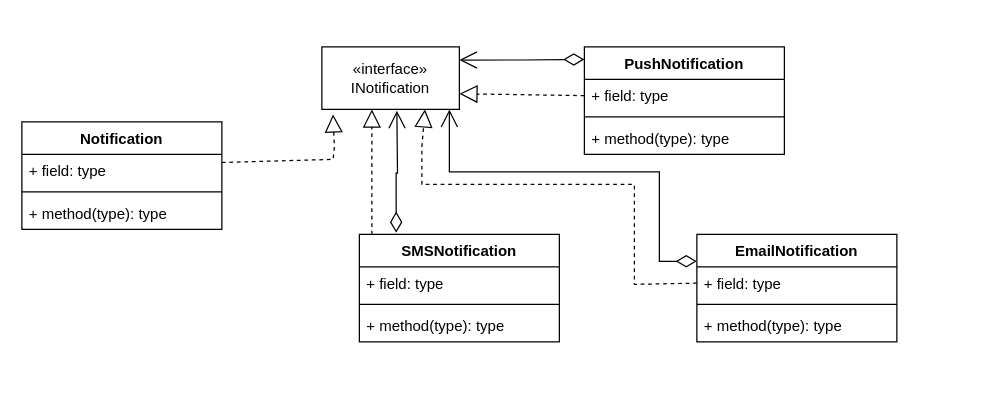
Above: Decorator.drawio in Khim070/OOAD-15-patterns (draw.io), before the change. Source tidied: cells renumbered, new cells numbered last; positions are measured from the earlier drawing's top-left corner, leaving out a move shared by most shapes. Both pictures are drawn from the tidied source at 125%, with x=0, y=0 at pixel (21, 46).
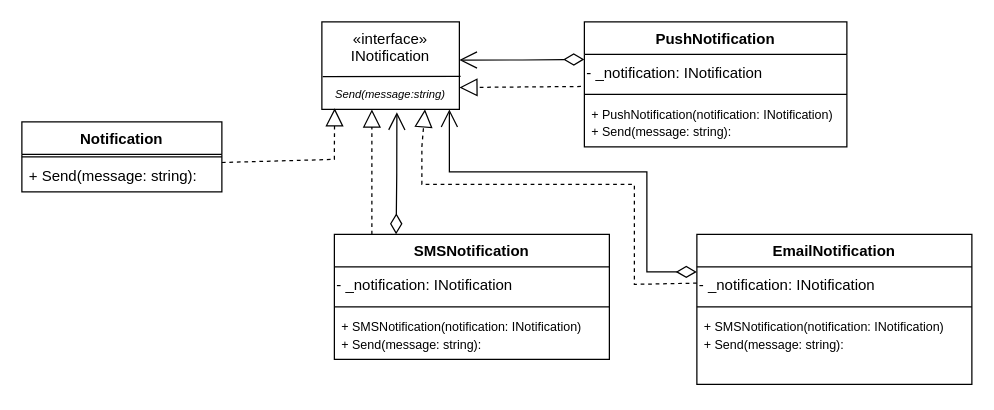
After the change.

Change to the diagram source:
```diff
@@
     <mxCell id="2" value="Notification" style="swimlane;fontStyle=1;align=center;verticalAlign=top;horizontal=1;startSize=26;whiteSpace=wrap;html=1;" parent="1" vertex="1">
-      <mxGeometry y="60" width="160" height="86" as="geometry" />
+      <mxGeometry y="60" width="160" height="56" as="geometry" />
     </mxCell>
-    <mxCell id="3" value="+ field: type" style="text;strokeColor=none;fillColor=none;align=left;verticalAlign=top;spacingLeft=4;spacingRight=4;overflow=hidden;whiteSpace=wrap;html=1;" parent="2" vertex="1">
-      <mxGeometry y="26" width="160" height="26" as="geometry" />
-    </mxCell>
     <mxCell id="4" style="line;strokeWidth=1;fillColor=none;align=left;verticalAlign=middle;spacingTop=-1;spacingLeft=3;spacingRight=3;labelPosition=right;strokeColor=inherit;" parent="2" vertex="1">
-      <mxGeometry y="52" width="160" height="8" as="geometry" />
+      <mxGeometry y="26" width="160" height="4" as="geometry" />
     </mxCell>
-    <mxCell id="5" value="+ method(type): type" style="text;strokeColor=none;fillColor=none;align=left;verticalAlign=top;spacingLeft=4;spacingRight=4;overflow=hidden;whiteSpace=wrap;html=1;" parent="2" vertex="1">
-      <mxGeometry y="60" width="160" height="26" as="geometry" />
+    <mxCell id="5" value="+ Send(message: string):" style="text;strokeColor=none;fillColor=none;align=left;verticalAlign=top;spacingLeft=4;spacingRight=4;overflow=hidden;whiteSpace=wrap;html=1;" parent="2" vertex="1">
+      <mxGeometry y="30" width="160" height="26" as="geometry" />
     </mxCell>
-    <mxCell id="6" value="&lt;div&gt;«interface»&lt;/div&gt;INotification" style="html=1;whiteSpace=wrap;" parent="1" vertex="1">
-      <mxGeometry x="240" width="110" height="50" as="geometry" />
+    <mxCell id="6" value="&lt;div&gt;«interface»&lt;/div&gt;&lt;div&gt;INotification&lt;/div&gt;&lt;div&gt;&lt;br&gt;&lt;/div&gt;&lt;i&gt;&lt;font style=&quot;font-size: 9px;&quot;&gt;Send(message:string)&lt;/font&gt;&lt;/i&gt;" style="html=1;whiteSpace=wrap;" parent="1" vertex="1">
+      <mxGeometry x="240" y="-20" width="110" height="70" as="geometry" />
     </mxCell>
     <mxCell id="7" value="EmailNotification" style="swimlane;fontStyle=1;align=center;verticalAlign=top;horizontal=1;startSize=26;whiteSpace=wrap;html=1;" parent="1" vertex="1">
-      <mxGeometry x="540" y="150" width="160" height="86" as="geometry" />
+      <mxGeometry x="540" y="150" width="220" height="120" as="geometry" />
     </mxCell>
-    <mxCell id="8" value="+ field: type" style="text;strokeColor=none;fillColor=none;align=left;verticalAlign=top;spacingLeft=4;spacingRight=4;overflow=hidden;points=[[0,0.5],[1,0.5]];portConstraint=eastwest;whiteSpace=wrap;html=1;" parent="7" vertex="1">
-      <mxGeometry y="26" width="160" height="26" as="geometry" />
-    </mxCell>
+    <mxCell id="26" value="&lt;div align=&quot;left&quot;&gt;- _notification: INotification&lt;/div&gt;" style="text;html=1;align=left;verticalAlign=middle;strokeColor=none;fillColor=none;" parent="7" vertex="1">
+      <mxGeometry y="26" width="220" height="30" as="geometry" />
+    </mxCell>
     <mxCell id="9" style="line;strokeWidth=1;fillColor=none;align=left;verticalAlign=middle;spacingTop=-1;spacingLeft=3;spacingRight=3;labelPosition=right;strokeColor=inherit;" parent="7" vertex="1">
-      <mxGeometry y="52" width="160" height="8" as="geometry" />
+      <mxGeometry y="56" width="220" height="4" as="geometry" />
     </mxCell>
-    <mxCell id="10" value="+ method(type): type" style="text;strokeColor=none;fillColor=none;align=left;verticalAlign=top;spacingLeft=4;spacingRight=4;overflow=hidden;whiteSpace=wrap;html=1;" parent="7" vertex="1">
-      <mxGeometry y="60" width="160" height="26" as="geometry" />
+    <mxCell id="10" value="&lt;font style=&quot;font-size: 10px;&quot;&gt;+ SMSNotification(notification: INotification)&lt;br&gt;&lt;/font&gt;&lt;div&gt;&lt;font style=&quot;font-size: 10px;&quot;&gt;+ Send(message: string):&lt;/font&gt;&lt;/div&gt;" style="text;strokeColor=none;fillColor=none;align=left;verticalAlign=top;spacingLeft=4;spacingRight=4;overflow=hidden;whiteSpace=wrap;html=1;" parent="7" vertex="1">
+      <mxGeometry y="60" width="220" height="60" as="geometry" />
     </mxCell>
     <mxCell id="11" value="PushNotification" style="swimlane;fontStyle=1;align=center;verticalAlign=top;horizontal=1;startSize=26;whiteSpace=wrap;html=1;" parent="1" vertex="1">
-      <mxGeometry x="450" width="160" height="86" as="geometry" />
+      <mxGeometry x="450" y="-20" width="210" height="100" as="geometry" />
     </mxCell>
-    <mxCell id="12" value="+ field: type" style="text;strokeColor=none;fillColor=none;align=left;verticalAlign=top;spacingLeft=4;spacingRight=4;overflow=hidden;points=[[0,0.5],[1,0.5]];portConstraint=eastwest;whiteSpace=wrap;html=1;" parent="11" vertex="1">
-      <mxGeometry y="26" width="160" height="26" as="geometry" />
-    </mxCell>
+    <mxCell id="27" value="&lt;div align=&quot;left&quot;&gt;- _notification: INotification&lt;/div&gt;" style="text;html=1;align=left;verticalAlign=middle;points=[];strokeColor=none;fillColor=none;" parent="11" vertex="1">
+      <mxGeometry y="26" width="210" height="30" as="geometry" />
+    </mxCell>
     <mxCell id="13" style="line;strokeWidth=1;fillColor=none;align=left;verticalAlign=middle;spacingTop=-1;spacingLeft=3;spacingRight=3;labelPosition=right;strokeColor=inherit;" parent="11" vertex="1">
-      <mxGeometry y="52" width="160" height="8" as="geometry" />
+      <mxGeometry y="56" width="210" height="4" as="geometry" />
     </mxCell>
-    <mxCell id="14" value="+ method(type): type" style="text;strokeColor=none;fillColor=none;align=left;verticalAlign=top;spacingLeft=4;spacingRight=4;overflow=hidden;whiteSpace=wrap;html=1;" parent="11" vertex="1">
-      <mxGeometry y="60" width="160" height="26" as="geometry" />
+    <mxCell id="14" value="&lt;font style=&quot;font-size: 10px;&quot;&gt;+ PushNotification(notification: INotification)&lt;br&gt;&lt;/font&gt;&lt;div&gt;&lt;font style=&quot;font-size: 10px;&quot;&gt;+ Send(message: string):&lt;/font&gt;&lt;/div&gt;" style="text;strokeColor=none;fillColor=none;align=left;verticalAlign=top;spacingLeft=4;spacingRight=4;overflow=hidden;whiteSpace=wrap;html=1;" parent="11" vertex="1">
+      <mxGeometry y="60" width="210" height="40" as="geometry" />
     </mxCell>
     <mxCell id="15" value="SMSNotification" style="swimlane;fontStyle=1;align=center;verticalAlign=top;horizontal=1;startSize=26;whiteSpace=wrap;html=1;" parent="1" vertex="1">
-      <mxGeometry x="270" y="150" width="160" height="86" as="geometry" />
+      <mxGeometry x="250" y="150" width="220" height="100" as="geometry" />
     </mxCell>
-    <mxCell id="16" value="+ field: type" style="text;strokeColor=none;fillColor=none;align=left;verticalAlign=top;spacingLeft=4;spacingRight=4;overflow=hidden;whiteSpace=wrap;html=1;" parent="15" vertex="1">
-      <mxGeometry y="26" width="160" height="26" as="geometry" />
-    </mxCell>
+    <mxCell id="28" value="&lt;div align=&quot;left&quot;&gt;- _notification: INotification&lt;/div&gt;" style="text;html=1;align=left;verticalAlign=middle;strokeColor=none;fillColor=none;" parent="15" vertex="1">
+      <mxGeometry y="26" width="220" height="30" as="geometry" />
+    </mxCell>
     <mxCell id="17" style="line;strokeWidth=1;fillColor=none;align=left;verticalAlign=middle;spacingTop=-1;spacingLeft=3;spacingRight=3;labelPosition=right;strokeColor=inherit;" parent="15" vertex="1">
-      <mxGeometry y="52" width="160" height="8" as="geometry" />
+      <mxGeometry y="56" width="220" height="4" as="geometry" />
     </mxCell>
-    <mxCell id="18" value="+ method(type): type" style="text;strokeColor=none;fillColor=none;align=left;verticalAlign=top;spacingLeft=4;spacingRight=4;overflow=hidden;whiteSpace=wrap;html=1;" parent="15" vertex="1">
-      <mxGeometry y="60" width="160" height="26" as="geometry" />
+    <mxCell id="18" value="&lt;font style=&quot;font-size: 10px;&quot;&gt;+ SMSNotification(notification: INotification)&lt;br&gt;&lt;/font&gt;&lt;div&gt;&lt;font style=&quot;font-size: 10px;&quot;&gt;+ Send(message: string):&lt;/font&gt;&lt;/div&gt;" style="text;strokeColor=none;fillColor=none;align=left;verticalAlign=top;spacingLeft=4;spacingRight=4;overflow=hidden;whiteSpace=wrap;html=1;" parent="15" vertex="1">
+      <mxGeometry y="60" width="220" height="40" as="geometry" />
     </mxCell>
-    <mxCell id="19" style="endArrow=block;dashed=1;endFill=0;endSize=12;html=1;rounded=0;entryX=0.081;entryY=1.08;entryDx=0;entryDy=0;entryPerimeter=0;" parent="1" edge="1" target="6">
+    <mxCell id="19" style="endArrow=block;dashed=1;endFill=0;endSize=12;html=1;rounded=0;entryX=0.093;entryY=0.987;entryDx=0;entryDy=0;entryPerimeter=0;" parent="1" edge="1" target="6">
       <mxGeometry relative="1" as="geometry">
         <mxPoint x="160" y="92.5" as="sourcePoint" />
         <Array as="points">
-          <mxPoint x="249" y="90" />
+          <mxPoint x="250" y="90" />
           <mxPoint x="250" y="80" />
         </Array>
       </mxGeometry>
     </mxCell>
-    <mxCell id="20" style="endArrow=block;dashed=1;endFill=0;endSize=12;html=1;rounded=0;exitX=0;exitY=0.5;exitDx=0;exitDy=0;entryX=1;entryY=0.75;entryDx=0;entryDy=0;" parent="1" edge="1" source="12" target="6">
+    <mxCell id="20" style="endArrow=block;dashed=1;endFill=0;endSize=12;html=1;rounded=0;exitX=-0.013;exitY=0.856;exitDx=0;exitDy=0;entryX=1;entryY=0.75;entryDx=0;entryDy=0;exitPerimeter=0;" parent="1" edge="1" source="27" target="6">
       <mxGeometry relative="1" as="geometry" />
     </mxCell>
@@
-    <mxCell id="23" style="endArrow=open;html=1;endSize=12;startArrow=diamondThin;startSize=14;startFill=0;edgeStyle=orthogonalEdgeStyle;align=left;verticalAlign=bottom;rounded=0;exitX=0.184;exitY=-0.015;exitDx=0;exitDy=0;exitPerimeter=0;" parent="1" edge="1" source="15">
+    <mxCell id="23" style="endArrow=open;html=1;endSize=12;startArrow=diamondThin;startSize=14;startFill=0;edgeStyle=orthogonalEdgeStyle;align=left;verticalAlign=bottom;rounded=0;exitX=0.184;exitY=-0.015;exitDx=0;exitDy=0;exitPerimeter=0;" parent="1" edge="1">
       <mxGeometry x="-1" y="3" relative="1" as="geometry">
-        <mxPoint x="300" y="51" as="targetPoint" />
+        <mxPoint x="299.4" y="150" as="sourcePoint" />
+        <mxPoint x="300" y="52.3" as="targetPoint" />
       </mxGeometry>
     </mxCell>
-    <mxCell id="24" style="endArrow=block;dashed=1;endFill=0;endSize=12;html=1;rounded=0;exitX=0;exitY=0.5;exitDx=0;exitDy=0;entryX=0.75;entryY=1;entryDx=0;entryDy=0;" parent="1" edge="1" source="8" target="6">
+    <mxCell id="24" style="endArrow=block;dashed=1;endFill=0;endSize=12;html=1;rounded=0;exitX=0;exitY=0.5;exitDx=0;exitDy=0;entryX=0.75;entryY=1;entryDx=0;entryDy=0;" parent="1" edge="1" target="6">
       <mxGeometry relative="1" as="geometry">
+        <mxPoint x="540" y="189" as="sourcePoint" />
         <Array as="points">
           <mxPoint x="490" y="190" />
           <mxPoint x="490" y="110" />
           <mxPoint x="320" y="110" />
           <mxPoint x="320" y="80" />
         </Array>
       </mxGeometry>
     </mxCell>
     <mxCell id="25" style="endArrow=open;html=1;endSize=12;startArrow=diamondThin;startSize=14;startFill=0;edgeStyle=orthogonalEdgeStyle;align=left;verticalAlign=bottom;rounded=0;exitX=0;exitY=0.25;exitDx=0;exitDy=0;" parent="1" edge="1" source="7">
       <mxGeometry x="-1" y="3" relative="1" as="geometry">
         <mxPoint x="342" y="50" as="targetPoint" />
         <Array as="points">
-          <mxPoint x="510" y="171" />
-          <mxPoint x="510" y="100" />
+          <mxPoint x="500" y="180" />
+          <mxPoint x="500" y="100" />
           <mxPoint x="342" y="100" />
         </Array>
       </mxGeometry>
     </mxCell>
+    <mxCell id="29" style="endArrow=none;html=1;rounded=0;exitX=0.006;exitY=0.627;exitDx=0;exitDy=0;exitPerimeter=0;entryX=1.009;entryY=0.622;entryDx=0;entryDy=0;entryPerimeter=0;" parent="1" edge="1" source="6" target="6">
+      <mxGeometry relative="1" as="geometry" />
+    </mxCell>
```
